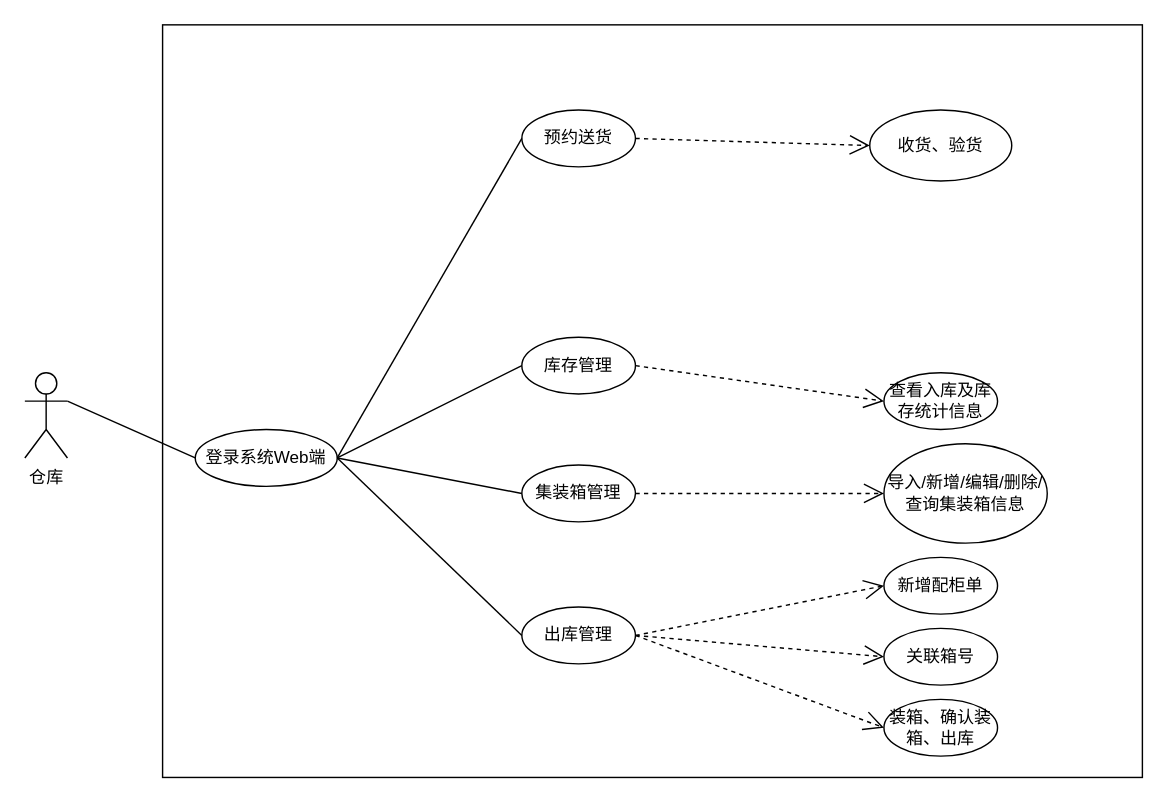
Before: page "仓库用例图" (9 of 16) of wbooking docs/进区预约系统.drawio in sxc-one/e-conitl, a draw.io diagram. Source tidied: cells renumbered, new cells numbered last; positions are measured from the earlier drawing's top-left corner, leaving out a move shared by most shapes. Both pictures are drawn from the tidied source at 142%, with x=0, y=0 at pixel (24, 24).
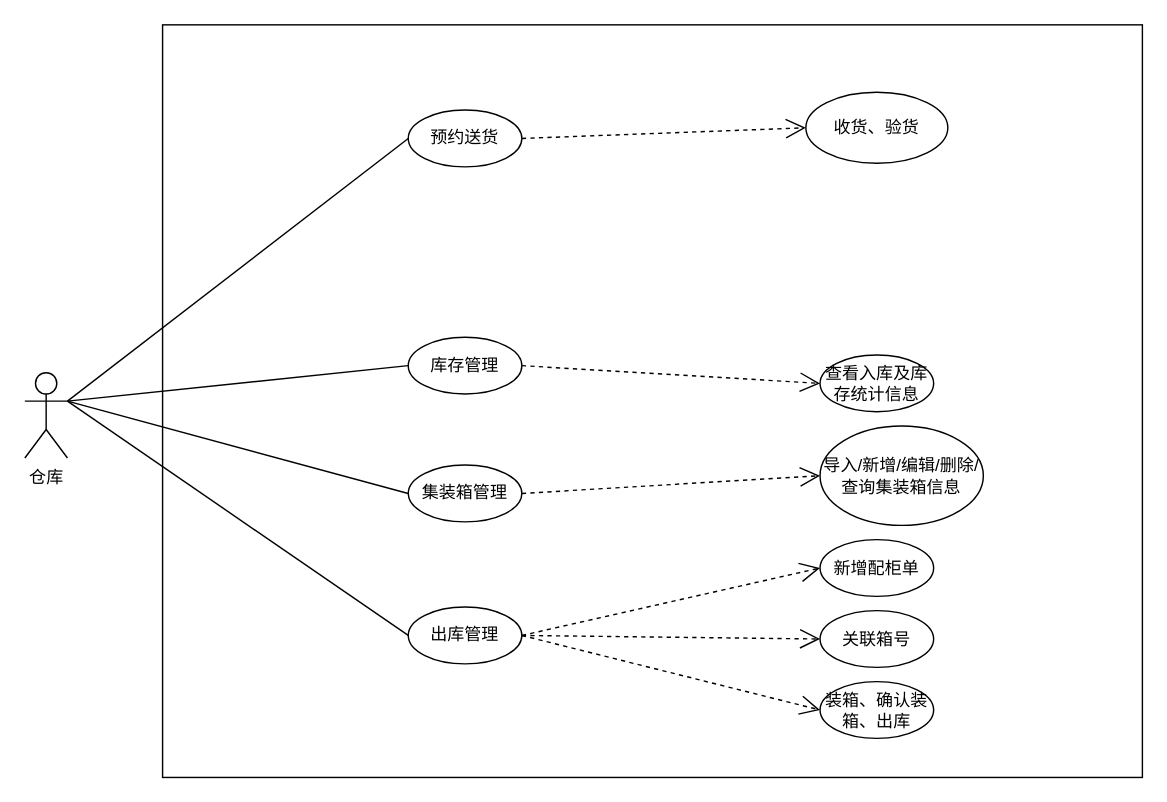
The same diagram, later.

The change refers to these unchanged cells:
```xml
<mxCell id="3" value="仓库" style="shape=umlActor;verticalLabelPosition=bottom;verticalAlign=top;html=1;" parent="1" vertex="1">
  <mxGeometry y="245" width="30" height="60" as="geometry" />
</mxCell>
```

Diff of the diagram source:
```diff
@@
-    <mxCell id="4" value="登录系统Web端" style="ellipse;whiteSpace=wrap;html=1;" parent="1" vertex="1">
-      <mxGeometry x="120" y="285" width="100" height="40" as="geometry" />
-    </mxCell>
     <mxCell id="5" value="集装箱管理" style="ellipse;whiteSpace=wrap;html=1;" parent="1" vertex="1">
-      <mxGeometry x="350" y="310" width="80" height="40" as="geometry" />
+      <mxGeometry x="270" y="310" width="80" height="40" as="geometry" />
     </mxCell>
     <mxCell id="6" value="库存管理" style="ellipse;whiteSpace=wrap;html=1;" parent="1" vertex="1">
-      <mxGeometry x="350" y="220" width="80" height="40" as="geometry" />
+      <mxGeometry x="270" y="220" width="80" height="40" as="geometry" />
     </mxCell>
     <mxCell id="7" value="预约送货" style="ellipse;whiteSpace=wrap;html=1;" parent="1" vertex="1">
-      <mxGeometry x="350" y="60" width="80" height="40" as="geometry" />
+      <mxGeometry x="270" y="60" width="80" height="40" as="geometry" />
     </mxCell>
     <mxCell id="8" value="出库管理" style="ellipse;whiteSpace=wrap;html=1;" parent="1" vertex="1">
-      <mxGeometry x="350" y="410" width="80" height="40" as="geometry" />
+      <mxGeometry x="270" y="410" width="80" height="40" as="geometry" />
     </mxCell>
     <mxCell id="9" value="收货、验货" style="ellipse;whiteSpace=wrap;html=1;" parent="1" vertex="1">
-      <mxGeometry x="595" y="60" width="100" height="50" as="geometry" />
+      <mxGeometry x="550" y="47.5" width="100" height="50" as="geometry" />
     </mxCell>
     <mxCell id="10" value="查看入库及库存统计信息" style="ellipse;whiteSpace=wrap;html=1;" parent="1" vertex="1">
-      <mxGeometry x="605" y="245" width="80" height="40" as="geometry" />
+      <mxGeometry x="560" y="232.5" width="80" height="40" as="geometry" />
     </mxCell>
     <mxCell id="11" value="导入/新增/编辑/删除/查询集装箱信息" style="ellipse;whiteSpace=wrap;html=1;" parent="1" vertex="1">
-      <mxGeometry x="605" y="295" width="115" height="70" as="geometry" />
+      <mxGeometry x="560" y="282.5" width="115" height="70" as="geometry" />
     </mxCell>
     <mxCell id="12" value="新增配柜单" style="ellipse;whiteSpace=wrap;html=1;" parent="1" vertex="1">
-      <mxGeometry x="605" y="375" width="80" height="40" as="geometry" />
+      <mxGeometry x="560" y="362.5" width="80" height="40" as="geometry" />
     </mxCell>
     <mxCell id="13" value="关联箱号" style="ellipse;whiteSpace=wrap;html=1;" parent="1" vertex="1">
-      <mxGeometry x="605" y="425" width="80" height="40" as="geometry" />
+      <mxGeometry x="560" y="412.5" width="80" height="40" as="geometry" />
     </mxCell>
-    <mxCell id="14" style="endArrow=none;html=1;rounded=0;exitX=1;exitY=0.3333333333333333;exitDx=0;exitDy=0;exitPerimeter=0;entryX=0;entryY=0.5;entryDx=0;entryDy=0;" parent="1" edge="1" source="3" target="4">
-      <mxGeometry relative="1" as="geometry" />
-    </mxCell>
-    <mxCell id="15" style="endArrow=none;html=1;rounded=0;elbow=vertical;entryX=0;entryY=0.5;entryDx=0;entryDy=0;exitX=1;exitY=0.5;exitDx=0;exitDy=0;" parent="1" edge="1" source="4" target="7">
+    <mxCell id="15" style="endArrow=none;html=1;rounded=0;elbow=vertical;entryX=0;entryY=0.5;entryDx=0;entryDy=0;exitX=1;exitY=0.3333333333333333;exitDx=0;exitDy=0;exitPerimeter=0;" parent="1" edge="1" source="3" target="7">
       <mxGeometry relative="1" as="geometry" />
     </mxCell>
     <mxCell id="16" style="endArrow=none;html=1;rounded=0;elbow=vertical;entryX=0;entryY=0.5;entryDx=0;entryDy=0;" parent="1" edge="1" target="6">
       <mxGeometry relative="1" as="geometry">
-        <mxPoint x="220" y="305" as="sourcePoint" />
+        <mxPoint x="30" y="265" as="sourcePoint" />
       </mxGeometry>
     </mxCell>
-    <mxCell id="17" style="endArrow=none;html=1;rounded=0;elbow=vertical;entryX=0;entryY=0.5;entryDx=0;entryDy=0;" parent="1" edge="1" target="5">
+    <mxCell id="17" style="endArrow=none;html=1;rounded=0;elbow=vertical;entryX=0;entryY=0.5;entryDx=0;entryDy=0;exitX=1;exitY=0.3333333333333333;exitDx=0;exitDy=0;exitPerimeter=0;" parent="1" edge="1" source="3" target="5">
       <mxGeometry relative="1" as="geometry">
-        <mxPoint x="220" y="305" as="sourcePoint" />
+        <Array as="points">
+          <mxPoint x="30" y="265" />
+        </Array>
       </mxGeometry>
     </mxCell>
-    <mxCell id="18" style="endArrow=none;html=1;rounded=0;elbow=vertical;entryX=0;entryY=0.5;entryDx=0;entryDy=0;exitX=1;exitY=0.5;exitDx=0;exitDy=0;" parent="1" edge="1" source="4" target="8">
+    <mxCell id="18" style="endArrow=none;html=1;rounded=0;elbow=vertical;entryX=0;entryY=0.5;entryDx=0;entryDy=0;exitX=1;exitY=0.3333333333333333;exitDx=0;exitDy=0;exitPerimeter=0;" parent="1" edge="1" source="3" target="8">
       <mxGeometry relative="1" as="geometry" />
     </mxCell>
@@
     <mxCell id="24" value="装箱、确认装箱、出库" style="ellipse;whiteSpace=wrap;html=1;" parent="1" vertex="1">
-      <mxGeometry x="605" y="475" width="80" height="40" as="geometry" />
+      <mxGeometry x="560" y="462.5" width="80" height="40" as="geometry" />
     </mxCell>
```
